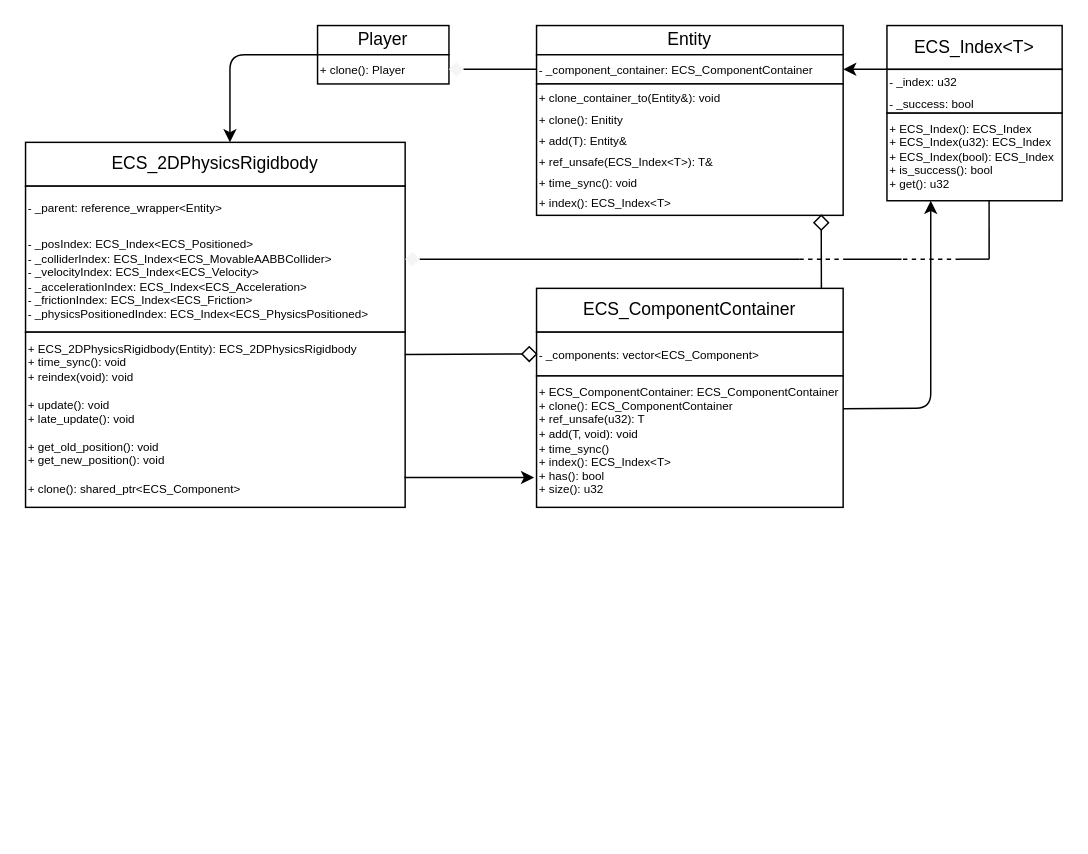
Above: docs/player.drawio in Maksasj/omniscia (draw.io), before the change. Source tidied: cells renumbered, new cells numbered last; positions are measured from the earlier drawing's top-left corner, leaving out a move shared by most shapes. Both pictures are drawn from the tidied source at 146%, with x=0, y=0 at pixel (25, 25).
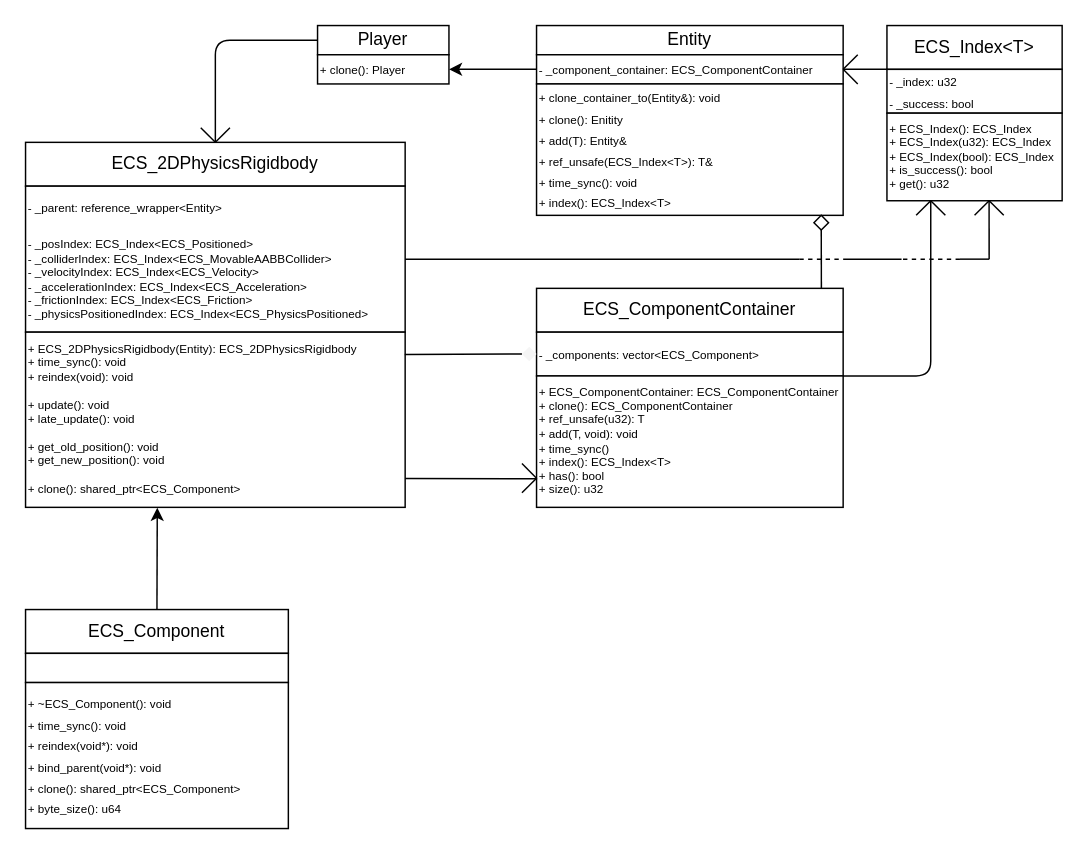
After the change.

The change refers to these unchanged cells:
```xml
<mxCell id="3" value="&lt;font style=&quot;font-size: 8px;&quot;&gt;+ clone(): Player&lt;/font&gt;" style="rounded=0;whiteSpace=wrap;html=1;align=left;" parent="1" vertex="1">
  <mxGeometry x="200" y="20" width="90" height="20" as="geometry" />
</mxCell>
<mxCell id="5" value="&lt;font style=&quot;font-size: 8px;&quot;&gt;- _component_сontainer:&amp;nbsp;&lt;/font&gt;&lt;span style=&quot;text-align: center;&quot;&gt;&lt;font style=&quot;font-size: 8px;&quot;&gt;ECS_ComponentContainer&lt;/font&gt;&lt;/span&gt;" style="rounded=0;whiteSpace=wrap;html=1;align=left;" parent="1" vertex="1">
  <mxGeometry x="350" y="20" width="210" height="20" as="geometry" />
</mxCell>
<mxCell id="8" value="&lt;font style=&quot;font-size: 8px;&quot;&gt;- _index: u32&lt;br&gt;- _success: bool&lt;br&gt;&lt;/font&gt;" style="rounded=0;whiteSpace=wrap;html=1;fontSize=12;align=left;" parent="1" vertex="1">
  <mxGeometry x="590" y="30" width="120" height="30" as="geometry" />
</mxCell>
<mxCell id="9" value="+ ECS_Index(): ECS_Index&lt;br&gt;+ ECS_Index(u32): ECS_Index&lt;br&gt;+ ECS_Index(bool): ECS_Index&lt;br&gt;+ is_success(): bool&lt;br&gt;+ get(): u32" style="rounded=0;whiteSpace=wrap;html=1;fontSize=8;align=left;" parent="1" vertex="1">
  <mxGeometry x="590" y="60" width="120" height="60" as="geometry" />
</mxCell>
<mxCell id="12" value="+&amp;nbsp;&lt;font style=&quot;font-size: 8px;&quot;&gt;ECS_ComponentContainer:&amp;nbsp;&lt;/font&gt;ECS_ComponentContainer&lt;br&gt;+ clone(): ECS_ComponentContainer&lt;br&gt;+ ref_unsafe(u32): T&lt;br&gt;+ add(T, void): void&lt;br&gt;+ time_sync()&lt;br&gt;+ index(): ECS_Index&amp;lt;T&amp;gt;&lt;br&gt;+ has(): bool&lt;br&gt;+ size(): u32" style="rounded=0;whiteSpace=wrap;html=1;fontSize=8;align=left;" parent="1" vertex="1">
  <mxGeometry x="350" y="240" width="210" height="90" as="geometry" />
</mxCell>
<mxCell id="19" value="&lt;font style=&quot;font-size: 12px;&quot;&gt;ECS_2DPhysicsRigidbody&lt;/font&gt;" style="rounded=0;whiteSpace=wrap;html=1;fontSize=8;" parent="1" vertex="1">
  <mxGeometry y="80" width="260" height="30" as="geometry" />
</mxCell>
<mxCell id="20" value="&lt;div style=&quot;&quot;&gt;&lt;span style=&quot;font-size: 8px; background-color: initial;&quot;&gt;- _parent: reference_wrapper&amp;lt;Entity&amp;gt;&lt;/span&gt;&lt;/div&gt;&lt;font style=&quot;&quot;&gt;&lt;div style=&quot;&quot;&gt;&lt;span style=&quot;font-size: 8px;&quot;&gt;&lt;br&gt;&lt;/span&gt;&lt;/div&gt;&lt;span style=&quot;font-size: 8px;&quot;&gt;&lt;div style=&quot;&quot;&gt;&lt;span style=&quot;background-color: initial;&quot;&gt;- _posIndex: ECS_Index&amp;lt;ECS_Positioned&amp;gt;&lt;/span&gt;&lt;/div&gt;&lt;div style=&quot;&quot;&gt;&lt;span style=&quot;background-color: initial;&quot;&gt;- _colliderIndex: ECS_Index&amp;lt;ECS_MovableAABBCollider&amp;gt;&lt;/span&gt;&lt;/div&gt;&lt;div style=&quot;&quot;&gt;&lt;span style=&quot;background-color: initial;&quot;&gt;- _velocityIndex: ECS_Index&amp;lt;ECS_Velocity&amp;gt;&lt;/span&gt;&lt;/div&gt;&lt;div style=&quot;&quot;&gt;&lt;span style=&quot;background-color: initial;&quot;&gt;- _accelerationIndex: ECS_Index&amp;lt;ECS_Acceleration&amp;gt;&lt;/span&gt;&lt;/div&gt;&lt;div style=&quot;&quot;&gt;&lt;span style=&quot;background-color: initial;&quot;&gt;- _frictionIndex: ECS_Index&amp;lt;ECS_Friction&amp;gt;&lt;/span&gt;&lt;/div&gt;&lt;div style=&quot;&quot;&gt;&lt;span style=&quot;background-color: initial;&quot;&gt;- _physicsPositionedIndex: ECS_Index&amp;lt;ECS_PhysicsPositioned&amp;gt;&lt;/span&gt;&lt;/div&gt;&lt;/span&gt;&lt;/font&gt;" style="rounded=0;whiteSpace=wrap;html=1;fontSize=12;align=left;" parent="1" vertex="1">
  <mxGeometry y="110" width="260" height="100" as="geometry" />
</mxCell>
<mxCell id="21" value="+ ECS_2DPhysicsRigidbody(Entity): ECS_2DPhysicsRigidbody&lt;br&gt;+ time_sync(): void&lt;br&gt;+ reindex(void): void&lt;br&gt;&lt;br&gt;+ update(): void&lt;br&gt;+ late_update(): void&lt;br&gt;&lt;br&gt;+ get_old_position(): void&lt;br&gt;+ get_new_position(): void&lt;br&gt;&lt;br&gt;+ clone(): shared_ptr&amp;lt;ECS_Component&amp;gt;" style="rounded=0;whiteSpace=wrap;html=1;fontSize=8;align=left;" parent="1" vertex="1">
  <mxGeometry y="210" width="260" height="120" as="geometry" />
</mxCell>
```

Diff of the diagram source:
```diff
@@
-    <mxCell id="13" style="rhombus;whiteSpace=wrap;html=1;fontSize=8;fillColor=#f5f5f5;fontColor=#333333;strokeColor=none;" parent="1" vertex="1">
-      <mxGeometry x="290" y="25" width="10" height="10" as="geometry" />
-    </mxCell>
-    <mxCell id="14" style="endArrow=none;html=1;fontSize=8;entryX=1;entryY=0.5;entryDx=0;entryDy=0;" parent="1" edge="1" source="5" target="13">
-      <mxGeometry relative="1" as="geometry" />
-    </mxCell>
@@
-    <mxCell id="17" style="endArrow=classic;html=1;fontSize=8;exitX=0;exitY=0;exitDx=0;exitDy=0;entryX=1;entryY=0.5;entryDx=0;entryDy=0;" parent="1" edge="1" source="8" target="5">
-      <mxGeometry relative="1" as="geometry" />
-    </mxCell>
-    <mxCell id="18" style="endArrow=classic;html=1;fontSize=8;exitX=1;exitY=0.25;exitDx=0;exitDy=0;entryX=0.25;entryY=1;entryDx=0;entryDy=0;" parent="1" edge="1" source="12" target="9">
-      <mxGeometry relative="1" as="geometry">
-        <Array as="points">
-          <mxPoint x="620" y="262" />
-        </Array>
-      </mxGeometry>
-    </mxCell>
@@
-    <mxCell id="22" style="endArrow=classic;html=1;fontSize=8;exitX=0.998;exitY=0.83;exitDx=0;exitDy=0;exitPerimeter=0;entryX=-0.008;entryY=0.773;entryDx=0;entryDy=0;entryPerimeter=0;" parent="1" edge="1" source="21" target="12">
-      <mxGeometry relative="1" as="geometry" />
-    </mxCell>
-    <mxCell id="23" style="rhombus;whiteSpace=wrap;html=1;fontSize=8;fillColor=#f5f5f5;fontColor=#333333;strokeColor=none;" parent="1" vertex="1">
-      <mxGeometry x="260" y="155" width="10" height="10" as="geometry" />
-    </mxCell>
-    <mxCell id="24" style="endArrow=none;html=1;fontSize=8;exitX=1;exitY=0.5;exitDx=0;exitDy=0;" parent="1" edge="1" source="23">
+    <mxCell id="24" style="endArrow=none;html=1;fontSize=8;exitX=1;exitY=0.5;exitDx=0;exitDy=0;" parent="1" edge="1" source="20">
       <mxGeometry relative="1" as="geometry">
         <mxPoint x="530" y="160" as="targetPoint" />
       </mxGeometry>
     </mxCell>
@@
-    <mxCell id="30" style="endArrow=classic;html=1;fontSize=8;exitX=0;exitY=0;exitDx=0;exitDy=0;" parent="1" edge="1" source="3">
-      <mxGeometry relative="1" as="geometry">
-        <mxPoint x="140" y="80" as="targetPoint" />
-        <Array as="points">
-          <mxPoint x="140" y="20" />
-        </Array>
-      </mxGeometry>
-    </mxCell>
-    <mxCell id="31" style="rhombus;whiteSpace=wrap;html=1;fontSize=8;" parent="1" vertex="1">
+    <mxCell id="31" style="rhombus;whiteSpace=wrap;html=1;fontSize=8;labelBackgroundColor=#1D1D1D;fillColor=#f5f5f5;gradientColor=none;strokeColor=none;" parent="1" vertex="1">
       <mxGeometry x="340" y="220" width="10" height="10" as="geometry" />
     </mxCell>
@@
+    <mxCell id="18" style="endArrow=none;html=1;exitX=1;exitY=0;exitDx=0;exitDy=0;entryX=0.25;entryY=1;entryDx=0;entryDy=0;" parent="1" edge="1" source="12" target="9">
+      <mxGeometry relative="1" as="geometry">
+        <Array as="points">
+          <mxPoint x="620" y="240" />
+        </Array>
+      </mxGeometry>
+    </mxCell>
+    <mxCell id="33" style="endArrow=none;html=1;" parent="1" edge="1">
+      <mxGeometry relative="1" as="geometry">
+        <mxPoint x="610" y="130" as="sourcePoint" />
+        <mxPoint x="620" y="120" as="targetPoint" />
+      </mxGeometry>
+    </mxCell>
+    <mxCell id="34" style="endArrow=none;html=1;" parent="1" edge="1">
+      <mxGeometry relative="1" as="geometry">
+        <mxPoint x="630" y="130" as="sourcePoint" />
+        <mxPoint x="620" y="120" as="targetPoint" />
+      </mxGeometry>
+    </mxCell>
+    <mxCell id="35" style="endArrow=none;html=1;entryX=0;entryY=0;entryDx=0;entryDy=0;exitX=1;exitY=0.5;exitDx=0;exitDy=0;" parent="1" edge="1" source="5" target="8">
+      <mxGeometry relative="1" as="geometry" />
+    </mxCell>
+    <mxCell id="36" style="endArrow=none;html=1;" parent="1" edge="1">
+      <mxGeometry relative="1" as="geometry">
+        <mxPoint x="560" y="30" as="sourcePoint" />
+        <mxPoint x="570" y="40" as="targetPoint" />
+      </mxGeometry>
+    </mxCell>
+    <mxCell id="37" style="endArrow=none;html=1;" parent="1" edge="1">
+      <mxGeometry relative="1" as="geometry">
+        <mxPoint x="560" y="30" as="sourcePoint" />
+        <mxPoint x="570" y="20" as="targetPoint" />
+      </mxGeometry>
+    </mxCell>
+    <mxCell id="22" style="endArrow=none;html=1;exitX=1;exitY=0.835;exitDx=0;exitDy=0;exitPerimeter=0;entryX=0.002;entryY=0.782;entryDx=0;entryDy=0;entryPerimeter=0;" parent="1" edge="1" source="21" target="12">
+      <mxGeometry relative="1" as="geometry" />
+    </mxCell>
+    <mxCell id="38" style="endArrow=none;html=1;" parent="1" edge="1">
+      <mxGeometry relative="1" as="geometry">
+        <mxPoint x="340" y="320" as="sourcePoint" />
+        <mxPoint x="350" y="310" as="targetPoint" />
+      </mxGeometry>
+    </mxCell>
+    <mxCell id="39" style="endArrow=none;html=1;" parent="1" edge="1">
+      <mxGeometry relative="1" as="geometry">
+        <mxPoint x="340" y="300" as="sourcePoint" />
+        <mxPoint x="350" y="310" as="targetPoint" />
+      </mxGeometry>
+    </mxCell>
+    <mxCell id="40" style="endArrow=none;html=1;exitX=0.5;exitY=0;exitDx=0;exitDy=0;" parent="1" edge="1" source="19">
+      <mxGeometry relative="1" as="geometry">
+        <mxPoint x="200" y="10" as="targetPoint" />
+        <Array as="points">
+          <mxPoint x="130" y="10" />
+        </Array>
+      </mxGeometry>
+    </mxCell>
+    <mxCell id="41" style="endArrow=none;html=1;exitX=0.5;exitY=0;exitDx=0;exitDy=0;" parent="1" edge="1" source="19">
+      <mxGeometry relative="1" as="geometry">
+        <mxPoint x="140" y="70" as="targetPoint" />
+      </mxGeometry>
+    </mxCell>
+    <mxCell id="42" style="endArrow=none;html=1;exitX=0.5;exitY=0;exitDx=0;exitDy=0;" parent="1" edge="1" source="19">
+      <mxGeometry relative="1" as="geometry">
+        <mxPoint x="120" y="70" as="targetPoint" />
+      </mxGeometry>
+    </mxCell>
+    <mxCell id="43" style="endArrow=classic;html=1;exitX=0;exitY=0.5;exitDx=0;exitDy=0;entryX=1;entryY=0.5;entryDx=0;entryDy=0;" parent="1" edge="1" source="5" target="3">
+      <mxGeometry relative="1" as="geometry" />
+    </mxCell>
+    <mxCell id="44" style="endArrow=none;html=1;" parent="1" edge="1">
+      <mxGeometry relative="1" as="geometry">
+        <mxPoint x="670" y="130" as="sourcePoint" />
+        <mxPoint x="660" y="120" as="targetPoint" />
+      </mxGeometry>
+    </mxCell>
+    <mxCell id="45" style="endArrow=none;html=1;" parent="1" edge="1">
+      <mxGeometry relative="1" as="geometry">
+        <mxPoint x="650" y="130" as="sourcePoint" />
+        <mxPoint x="660" y="120" as="targetPoint" />
+      </mxGeometry>
+    </mxCell>
+    <mxCell id="46" value="ECS_Component" style="rounded=0;whiteSpace=wrap;html=1;" parent="1" vertex="1">
+      <mxGeometry y="400" width="180" height="30" as="geometry" />
+    </mxCell>
+    <mxCell id="47" style="rounded=0;whiteSpace=wrap;html=1;" parent="1" vertex="1">
+      <mxGeometry y="430" width="180" height="20" as="geometry" />
+    </mxCell>
+    <mxCell id="48" value="&lt;font style=&quot;font-size: 8px;&quot;&gt;+&amp;nbsp;~ECS_Component(): void&lt;br&gt;+&amp;nbsp;time_sync(): void&lt;br&gt;+&amp;nbsp;reindex(void*): void&lt;br&gt;+ bind_parent(void*): void&lt;br&gt;+ clone(): shared_ptr&amp;lt;ECS_Component&amp;gt;&lt;br&gt;+ byte_size(): u64&lt;/font&gt;" style="rounded=0;whiteSpace=wrap;align=left;verticalAlign=middle;html=1;" parent="1" vertex="1">
+      <mxGeometry y="450" width="180" height="100" as="geometry" />
+    </mxCell>
+    <mxCell id="49" style="endArrow=classic;html=1;exitX=0.5;exitY=0;exitDx=0;exitDy=0;entryX=0.347;entryY=1.002;entryDx=0;entryDy=0;entryPerimeter=0;" parent="1" edge="1" source="46" target="21">
+      <mxGeometry relative="1" as="geometry" />
+    </mxCell>
```
